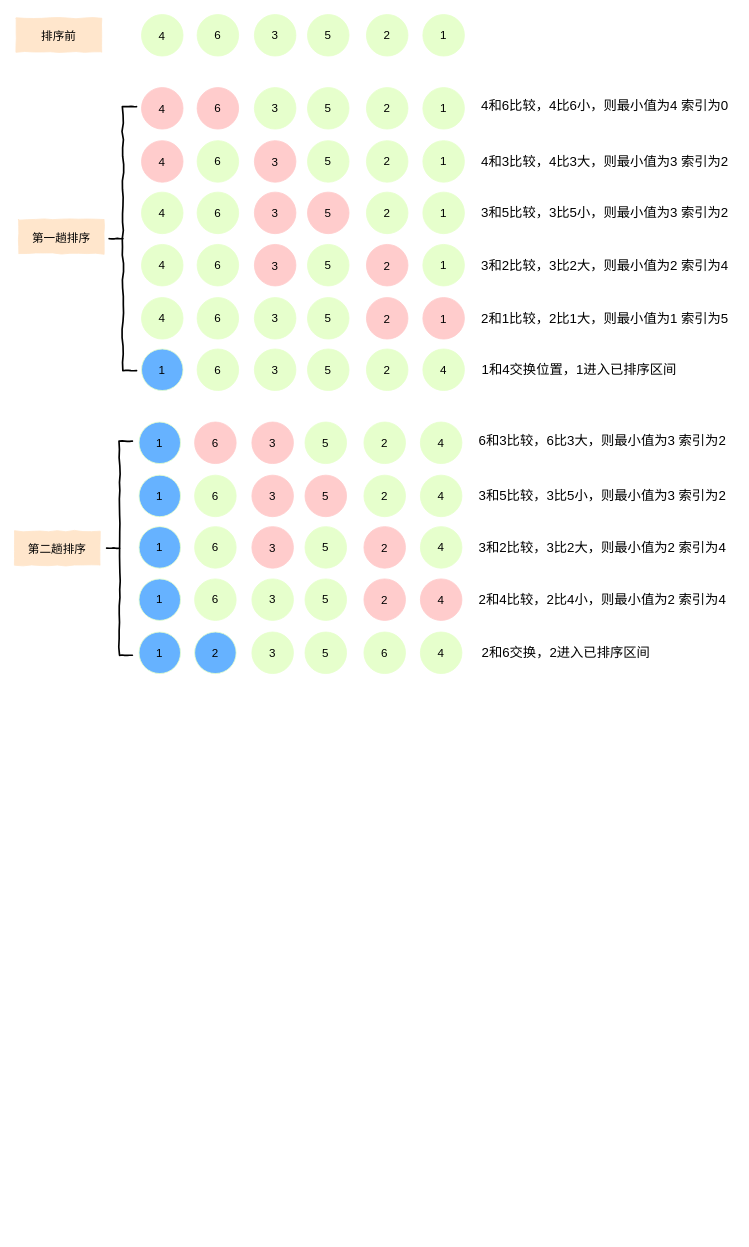
Above: draw/选择排序.drawio in geekymv/blog-image (draw.io), before the change. Source tidied: cells renumbered, new cells numbered last; positions are measured from the earlier drawing's top-left corner, leaving out a move shared by most shapes. Both pictures are drawn from the tidied source at 83%, with x=0, y=0 at pixel (14, 14).
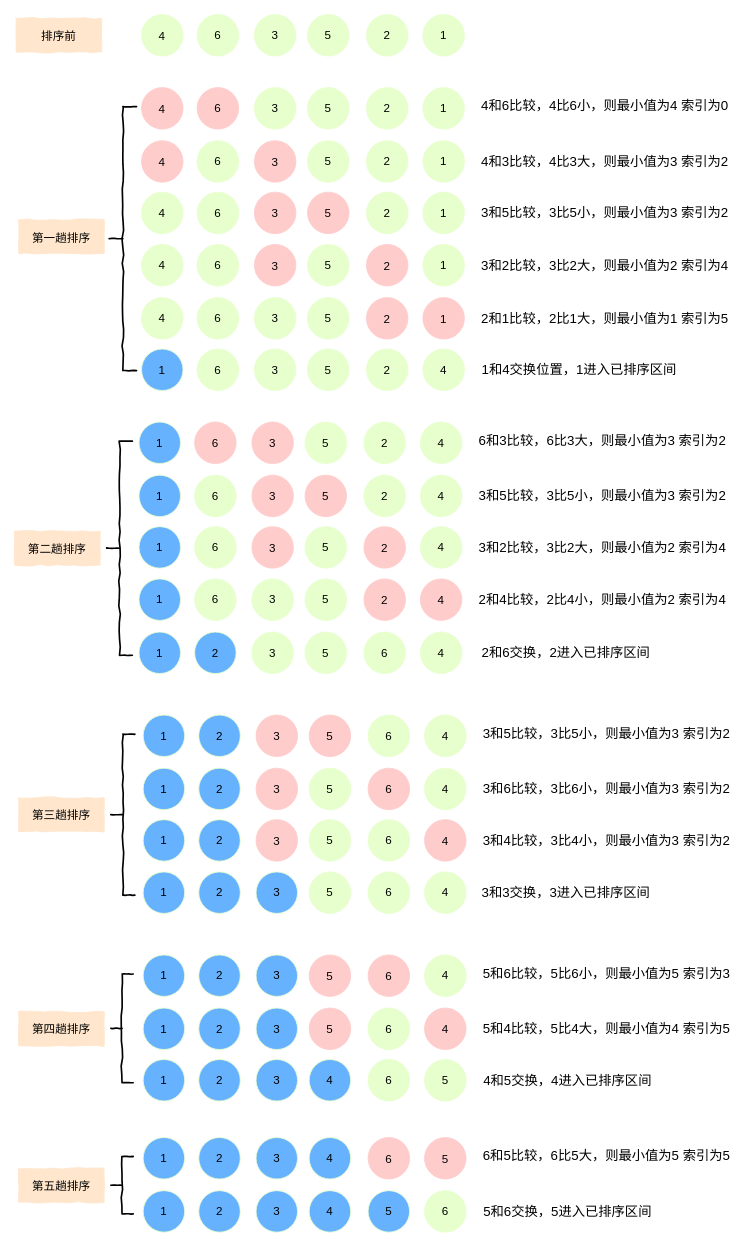
Above is the later version.

The edit, as a diff of the source:
```diff
@@
+    <mxCell id="90" value="&lt;font style=&quot;font-size: 14px&quot;&gt;第三趟排序&lt;/font&gt;" style="rounded=0;whiteSpace=wrap;html=1;shadow=0;glass=0;comic=1;sketch=0;fillColor=#ffe6cc;fontSize=16;strokeColor=#FFE6CC;" parent="1" vertex="1">
+      <mxGeometry x="5" y="943.5" width="103" height="41" as="geometry" />
+    </mxCell>
+    <mxCell id="91" style="strokeWidth=2;html=1;shape=mxgraph.flowchart.annotation_2;align=left;labelPosition=right;rounded=0;shadow=0;glass=0;comic=1;sketch=0;fillColor=none;" parent="1" vertex="1">
+      <mxGeometry x="116" y="867" width="29" height="194" as="geometry" />
+    </mxCell>
+    <mxCell id="92" value="&lt;font style=&quot;font-size: 14px&quot;&gt;1&lt;/font&gt;" style="ellipse;whiteSpace=wrap;html=1;fontSize=12;fillColor=#66b2ff;strokeColor=#E6FFCC;" parent="1" vertex="1">
+      <mxGeometry x="155" y="844" width="50" height="50" as="geometry" />
+    </mxCell>
+    <mxCell id="93" value="&lt;font style=&quot;font-size: 14px&quot;&gt;2&lt;/font&gt;" style="ellipse;whiteSpace=wrap;html=1;fillColor=#66b2ff;strokeColor=#E6FFCC;fontSize=12;" parent="1" vertex="1">
+      <mxGeometry x="222" y="844" width="50" height="50" as="geometry" />
+    </mxCell>
+    <mxCell id="94" value="&lt;font style=&quot;font-size: 14px&quot;&gt;3&lt;/font&gt;" style="ellipse;whiteSpace=wrap;html=1;fillColor=#ffcccc;strokeColor=#ffcccc;fontSize=16;" parent="1" vertex="1">
+      <mxGeometry x="291" y="844" width="50" height="50" as="geometry" />
+    </mxCell>
+    <mxCell id="95" value="&lt;font style=&quot;font-size: 14px&quot;&gt;5&lt;/font&gt;" style="ellipse;whiteSpace=wrap;html=1;fillColor=#ffcccc;strokeColor=#ffcccc;fontSize=16;" parent="1" vertex="1">
+      <mxGeometry x="355" y="844" width="50" height="50" as="geometry" />
+    </mxCell>
+    <mxCell id="96" value="&lt;font style=&quot;font-size: 14px&quot;&gt;6&lt;/font&gt;" style="ellipse;whiteSpace=wrap;html=1;fillColor=#E6FFCC;strokeColor=#E6FFCC;" parent="1" vertex="1">
+      <mxGeometry x="426" y="844" width="50" height="50" as="geometry" />
+    </mxCell>
+    <mxCell id="97" value="&lt;span style=&quot;font-size: 14px&quot;&gt;4&lt;/span&gt;" style="ellipse;whiteSpace=wrap;html=1;fillColor=#E6FFCC;strokeColor=#E6FFCC;" parent="1" vertex="1">
+      <mxGeometry x="494" y="844" width="50" height="50" as="geometry" />
+    </mxCell>
+    <mxCell id="98" value="3和5比较，3比5小，则最小值为3 索引为2" style="text;html=1;align=center;verticalAlign=middle;fillColor=none;strokeColor=none;rounded=0;fontSize=16;" parent="1" vertex="1">
+      <mxGeometry x="559" y="854" width="308" height="23" as="geometry" />
+    </mxCell>
+    <mxCell id="99" value="&lt;font style=&quot;font-size: 14px&quot;&gt;1&lt;/font&gt;" style="ellipse;whiteSpace=wrap;html=1;fontSize=12;fillColor=#66b2ff;strokeColor=#E6FFCC;" parent="1" vertex="1">
+      <mxGeometry x="155" y="908" width="50" height="50" as="geometry" />
+    </mxCell>
+    <mxCell id="100" value="&lt;font style=&quot;font-size: 14px&quot;&gt;2&lt;/font&gt;" style="ellipse;whiteSpace=wrap;html=1;fillColor=#66b2ff;strokeColor=#E6FFCC;" parent="1" vertex="1">
+      <mxGeometry x="222" y="908" width="50" height="50" as="geometry" />
+    </mxCell>
+    <mxCell id="101" value="&lt;font style=&quot;font-size: 14px&quot;&gt;3&lt;/font&gt;" style="ellipse;whiteSpace=wrap;html=1;fillColor=#ffcccc;strokeColor=#ffcccc;fontSize=16;" parent="1" vertex="1">
+      <mxGeometry x="291" y="908" width="50" height="50" as="geometry" />
+    </mxCell>
+    <mxCell id="102" value="&lt;font style=&quot;font-size: 14px&quot;&gt;5&lt;/font&gt;" style="ellipse;whiteSpace=wrap;html=1;fillColor=#E6FFCC;strokeColor=#E6FFCC;fontSize=12;" parent="1" vertex="1">
+      <mxGeometry x="355" y="908" width="50" height="50" as="geometry" />
+    </mxCell>
+    <mxCell id="103" value="&lt;font style=&quot;font-size: 14px&quot;&gt;6&lt;/font&gt;" style="ellipse;whiteSpace=wrap;html=1;fillColor=#ffcccc;strokeColor=#ffcccc;fontSize=16;" parent="1" vertex="1">
+      <mxGeometry x="426" y="908" width="50" height="50" as="geometry" />
+    </mxCell>
+    <mxCell id="104" value="&lt;font style=&quot;font-size: 14px&quot;&gt;4&lt;/font&gt;" style="ellipse;whiteSpace=wrap;html=1;fillColor=#E6FFCC;strokeColor=#E6FFCC;" parent="1" vertex="1">
+      <mxGeometry x="494" y="908" width="50" height="50" as="geometry" />
+    </mxCell>
+    <mxCell id="105" value="3和6比较，3比6小，则最小值为3 索引为2" style="text;html=1;align=center;verticalAlign=middle;fillColor=none;strokeColor=none;rounded=0;fontSize=16;" parent="1" vertex="1">
+      <mxGeometry x="559" y="921.5" width="308" height="23" as="geometry" />
+    </mxCell>
+    <mxCell id="106" value="&lt;font style=&quot;font-size: 14px&quot;&gt;1&lt;/font&gt;" style="ellipse;whiteSpace=wrap;html=1;fontSize=12;fillColor=#66b2ff;strokeColor=#E6FFCC;" parent="1" vertex="1">
+      <mxGeometry x="155" y="970" width="50" height="50" as="geometry" />
+    </mxCell>
+    <mxCell id="107" value="&lt;font style=&quot;font-size: 14px&quot;&gt;2&lt;/font&gt;" style="ellipse;whiteSpace=wrap;html=1;fillColor=#66b2ff;strokeColor=#E6FFCC;" parent="1" vertex="1">
+      <mxGeometry x="222" y="970" width="50" height="50" as="geometry" />
+    </mxCell>
+    <mxCell id="108" value="&lt;font style=&quot;font-size: 14px&quot;&gt;3&lt;/font&gt;" style="ellipse;whiteSpace=wrap;html=1;fillColor=#ffcccc;strokeColor=#ffcccc;fontSize=16;" parent="1" vertex="1">
+      <mxGeometry x="291" y="970" width="50" height="50" as="geometry" />
+    </mxCell>
+    <mxCell id="109" value="&lt;font style=&quot;font-size: 14px&quot;&gt;5&lt;/font&gt;" style="ellipse;whiteSpace=wrap;html=1;fillColor=#E6FFCC;strokeColor=#E6FFCC;fontSize=12;" parent="1" vertex="1">
+      <mxGeometry x="355" y="970" width="50" height="50" as="geometry" />
+    </mxCell>
+    <mxCell id="110" value="&lt;font style=&quot;font-size: 14px&quot;&gt;6&lt;/font&gt;" style="ellipse;whiteSpace=wrap;html=1;fillColor=#E6FFCC;strokeColor=#E6FFCC;fontSize=12;" parent="1" vertex="1">
+      <mxGeometry x="426" y="970" width="50" height="50" as="geometry" />
+    </mxCell>
+    <mxCell id="111" value="&lt;font style=&quot;font-size: 14px&quot;&gt;4&lt;/font&gt;" style="ellipse;whiteSpace=wrap;html=1;fillColor=#ffcccc;strokeColor=#ffcccc;fontSize=16;" parent="1" vertex="1">
+      <mxGeometry x="494" y="970" width="50" height="50" as="geometry" />
+    </mxCell>
+    <mxCell id="112" value="3和4比较，3比4小，则最小值为3 索引为2" style="text;html=1;align=center;verticalAlign=middle;fillColor=none;strokeColor=none;rounded=0;fontSize=16;" parent="1" vertex="1">
+      <mxGeometry x="559" y="983.5" width="308" height="23" as="geometry" />
+    </mxCell>
+    <mxCell id="113" value="&lt;font style=&quot;font-size: 14px&quot;&gt;1&lt;/font&gt;" style="ellipse;whiteSpace=wrap;html=1;fontSize=12;fillColor=#66b2ff;strokeColor=#E6FFCC;" parent="1" vertex="1">
+      <mxGeometry x="155" y="1033" width="50" height="50" as="geometry" />
+    </mxCell>
+    <mxCell id="114" value="&lt;font style=&quot;font-size: 14px&quot;&gt;2&lt;/font&gt;" style="ellipse;whiteSpace=wrap;html=1;fillColor=#66b2ff;strokeColor=#E6FFCC;" parent="1" vertex="1">
+      <mxGeometry x="222" y="1033" width="50" height="50" as="geometry" />
+    </mxCell>
+    <mxCell id="115" value="&lt;font style=&quot;font-size: 14px&quot;&gt;3&lt;/font&gt;" style="ellipse;whiteSpace=wrap;html=1;fillColor=#66b2ff;strokeColor=#E6FFCC;fontSize=12;" parent="1" vertex="1">
+      <mxGeometry x="291" y="1033" width="50" height="50" as="geometry" />
+    </mxCell>
+    <mxCell id="116" value="&lt;font style=&quot;font-size: 14px&quot;&gt;5&lt;/font&gt;" style="ellipse;whiteSpace=wrap;html=1;fillColor=#E6FFCC;strokeColor=#E6FFCC;fontSize=12;" parent="1" vertex="1">
+      <mxGeometry x="355" y="1033" width="50" height="50" as="geometry" />
+    </mxCell>
+    <mxCell id="117" value="&lt;font style=&quot;font-size: 14px&quot;&gt;6&lt;/font&gt;" style="ellipse;whiteSpace=wrap;html=1;fillColor=#E6FFCC;strokeColor=#E6FFCC;fontSize=12;" parent="1" vertex="1">
+      <mxGeometry x="426" y="1033" width="50" height="50" as="geometry" />
+    </mxCell>
+    <mxCell id="118" value="&lt;font style=&quot;font-size: 14px&quot;&gt;4&lt;/font&gt;" style="ellipse;whiteSpace=wrap;html=1;fillColor=#E6FFCC;strokeColor=#E6FFCC;fontSize=12;" parent="1" vertex="1">
+      <mxGeometry x="494" y="1033" width="50" height="50" as="geometry" />
+    </mxCell>
+    <mxCell id="119" value="3和3交换，3进入已排序区间" style="text;html=1;align=center;verticalAlign=middle;fillColor=none;strokeColor=none;rounded=0;fontSize=16;" parent="1" vertex="1">
+      <mxGeometry x="557" y="1046.5" width="213" height="23" as="geometry" />
+    </mxCell>
+    <mxCell id="120" value="&lt;font style=&quot;font-size: 14px&quot;&gt;第四趟排序&lt;/font&gt;" style="rounded=0;whiteSpace=wrap;html=1;shadow=0;glass=0;comic=1;sketch=0;fillColor=#ffe6cc;fontSize=16;strokeColor=#FFE6CC;" parent="1" vertex="1">
+      <mxGeometry x="5" y="1201.5" width="103" height="41" as="geometry" />
+    </mxCell>
+    <mxCell id="121" style="strokeWidth=2;html=1;shape=mxgraph.flowchart.annotation_2;align=left;labelPosition=right;rounded=0;shadow=0;glass=0;comic=1;sketch=0;fillColor=none;" parent="1" vertex="1">
+      <mxGeometry x="116" y="1156" width="27" height="131" as="geometry" />
+    </mxCell>
+    <mxCell id="122" value="&lt;font style=&quot;font-size: 14px&quot;&gt;1&lt;/font&gt;" style="ellipse;whiteSpace=wrap;html=1;fontSize=12;fillColor=#66b2ff;strokeColor=#E6FFCC;" parent="1" vertex="1">
+      <mxGeometry x="155" y="1133" width="50" height="50" as="geometry" />
+    </mxCell>
+    <mxCell id="123" value="&lt;font style=&quot;font-size: 14px&quot;&gt;2&lt;/font&gt;" style="ellipse;whiteSpace=wrap;html=1;fillColor=#66b2ff;strokeColor=#E6FFCC;fontSize=12;" parent="1" vertex="1">
+      <mxGeometry x="222" y="1133" width="50" height="50" as="geometry" />
+    </mxCell>
+    <mxCell id="124" value="&lt;font style=&quot;font-size: 14px&quot;&gt;3&lt;/font&gt;" style="ellipse;whiteSpace=wrap;html=1;fillColor=#66b2ff;strokeColor=#E6FFCC;fontSize=12;" parent="1" vertex="1">
+      <mxGeometry x="291" y="1133" width="50" height="50" as="geometry" />
+    </mxCell>
+    <mxCell id="125" value="&lt;font style=&quot;font-size: 14px&quot;&gt;5&lt;/font&gt;" style="ellipse;whiteSpace=wrap;html=1;fillColor=#ffcccc;strokeColor=#ffcccc;fontSize=16;" parent="1" vertex="1">
+      <mxGeometry x="355" y="1133" width="50" height="50" as="geometry" />
+    </mxCell>
+    <mxCell id="126" value="&lt;font style=&quot;font-size: 14px&quot;&gt;6&lt;/font&gt;" style="ellipse;whiteSpace=wrap;html=1;fillColor=#ffcccc;strokeColor=#ffcccc;fontSize=16;" parent="1" vertex="1">
+      <mxGeometry x="426" y="1133" width="50" height="50" as="geometry" />
+    </mxCell>
+    <mxCell id="127" value="&lt;span style=&quot;font-size: 14px&quot;&gt;4&lt;/span&gt;" style="ellipse;whiteSpace=wrap;html=1;fillColor=#E6FFCC;strokeColor=#E6FFCC;" parent="1" vertex="1">
+      <mxGeometry x="494" y="1133" width="50" height="50" as="geometry" />
+    </mxCell>
+    <mxCell id="128" value="5和6比较，5比6小，则最小值为5 索引为3" style="text;html=1;align=center;verticalAlign=middle;fillColor=none;strokeColor=none;rounded=0;fontSize=16;" parent="1" vertex="1">
+      <mxGeometry x="559" y="1143" width="308" height="23" as="geometry" />
+    </mxCell>
+    <mxCell id="129" value="&lt;font style=&quot;font-size: 14px&quot;&gt;1&lt;/font&gt;" style="ellipse;whiteSpace=wrap;html=1;fontSize=12;fillColor=#66b2ff;strokeColor=#E6FFCC;" parent="1" vertex="1">
+      <mxGeometry x="155" y="1197" width="50" height="50" as="geometry" />
+    </mxCell>
+    <mxCell id="130" value="&lt;font style=&quot;font-size: 14px&quot;&gt;2&lt;/font&gt;" style="ellipse;whiteSpace=wrap;html=1;fillColor=#66b2ff;strokeColor=#E6FFCC;" parent="1" vertex="1">
+      <mxGeometry x="222" y="1197" width="50" height="50" as="geometry" />
+    </mxCell>
+    <mxCell id="131" value="&lt;font style=&quot;font-size: 14px&quot;&gt;3&lt;/font&gt;" style="ellipse;whiteSpace=wrap;html=1;fillColor=#66b2ff;strokeColor=#E6FFCC;fontSize=12;" parent="1" vertex="1">
+      <mxGeometry x="291" y="1197" width="50" height="50" as="geometry" />
+    </mxCell>
+    <mxCell id="132" value="&lt;font style=&quot;font-size: 14px&quot;&gt;5&lt;/font&gt;" style="ellipse;whiteSpace=wrap;html=1;fillColor=#ffcccc;strokeColor=#ffcccc;fontSize=16;" parent="1" vertex="1">
+      <mxGeometry x="355" y="1197" width="50" height="50" as="geometry" />
+    </mxCell>
+    <mxCell id="133" value="&lt;font style=&quot;font-size: 14px&quot;&gt;6&lt;/font&gt;" style="ellipse;whiteSpace=wrap;html=1;fillColor=#E6FFCC;strokeColor=#E6FFCC;fontSize=12;" parent="1" vertex="1">
+      <mxGeometry x="426" y="1197" width="50" height="50" as="geometry" />
+    </mxCell>
+    <mxCell id="134" value="&lt;font style=&quot;font-size: 14px&quot;&gt;4&lt;/font&gt;" style="ellipse;whiteSpace=wrap;html=1;fillColor=#ffcccc;strokeColor=#ffcccc;fontSize=16;" parent="1" vertex="1">
+      <mxGeometry x="494" y="1197" width="50" height="50" as="geometry" />
+    </mxCell>
+    <mxCell id="135" value="5和4比较，5比4大，则最小值为4 索引为5" style="text;html=1;align=center;verticalAlign=middle;fillColor=none;strokeColor=none;rounded=0;fontSize=16;" parent="1" vertex="1">
+      <mxGeometry x="559" y="1210.5" width="308" height="23" as="geometry" />
+    </mxCell>
+    <mxCell id="136" value="&lt;font style=&quot;font-size: 14px&quot;&gt;1&lt;/font&gt;" style="ellipse;whiteSpace=wrap;html=1;fontSize=12;fillColor=#66b2ff;strokeColor=#E6FFCC;" parent="1" vertex="1">
+      <mxGeometry x="155" y="1259" width="50" height="50" as="geometry" />
+    </mxCell>
+    <mxCell id="137" value="&lt;font style=&quot;font-size: 14px&quot;&gt;2&lt;/font&gt;" style="ellipse;whiteSpace=wrap;html=1;fillColor=#66b2ff;strokeColor=#E6FFCC;" parent="1" vertex="1">
+      <mxGeometry x="222" y="1259" width="50" height="50" as="geometry" />
+    </mxCell>
+    <mxCell id="138" value="&lt;font style=&quot;font-size: 14px&quot;&gt;3&lt;/font&gt;" style="ellipse;whiteSpace=wrap;html=1;fillColor=#66b2ff;strokeColor=#E6FFCC;fontSize=12;" parent="1" vertex="1">
+      <mxGeometry x="291" y="1259" width="50" height="50" as="geometry" />
+    </mxCell>
+    <mxCell id="139" value="&lt;span style=&quot;font-size: 14px&quot;&gt;4&lt;/span&gt;" style="ellipse;whiteSpace=wrap;html=1;fillColor=#66b2ff;strokeColor=#E6FFCC;fontSize=12;" parent="1" vertex="1">
+      <mxGeometry x="355" y="1259" width="50" height="50" as="geometry" />
+    </mxCell>
+    <mxCell id="140" value="&lt;font style=&quot;font-size: 14px&quot;&gt;6&lt;/font&gt;" style="ellipse;whiteSpace=wrap;html=1;fillColor=#E6FFCC;strokeColor=#E6FFCC;fontSize=12;" parent="1" vertex="1">
+      <mxGeometry x="426" y="1259" width="50" height="50" as="geometry" />
+    </mxCell>
+    <mxCell id="141" value="&lt;span style=&quot;font-size: 14px&quot;&gt;5&lt;/span&gt;" style="ellipse;whiteSpace=wrap;html=1;fillColor=#E6FFCC;strokeColor=#E6FFCC;fontSize=12;" parent="1" vertex="1">
+      <mxGeometry x="494" y="1259" width="50" height="50" as="geometry" />
+    </mxCell>
+    <mxCell id="142" value="4和5交换，4进入已排序区间" style="text;html=1;align=center;verticalAlign=middle;fillColor=none;strokeColor=none;rounded=0;fontSize=16;" parent="1" vertex="1">
+      <mxGeometry x="559" y="1272.5" width="213" height="23" as="geometry" />
+    </mxCell>
+    <mxCell id="143" value="&lt;font style=&quot;font-size: 14px&quot;&gt;第五趟排序&lt;/font&gt;" style="rounded=0;whiteSpace=wrap;html=1;shadow=0;glass=0;comic=1;sketch=0;fillColor=#ffe6cc;fontSize=16;strokeColor=#FFE6CC;" parent="1" vertex="1">
+      <mxGeometry x="5" y="1390" width="103" height="41" as="geometry" />
+    </mxCell>
+    <mxCell id="144" style="strokeWidth=2;html=1;shape=mxgraph.flowchart.annotation_2;align=left;labelPosition=right;rounded=0;shadow=0;glass=0;comic=1;sketch=0;fillColor=none;" parent="1" vertex="1">
+      <mxGeometry x="116" y="1376" width="27" height="69" as="geometry" />
+    </mxCell>
+    <mxCell id="145" value="&lt;font style=&quot;font-size: 14px&quot;&gt;1&lt;/font&gt;" style="ellipse;whiteSpace=wrap;html=1;fontSize=12;fillColor=#66b2ff;strokeColor=#E6FFCC;" parent="1" vertex="1">
+      <mxGeometry x="155" y="1353" width="50" height="50" as="geometry" />
+    </mxCell>
+    <mxCell id="146" value="&lt;font style=&quot;font-size: 14px&quot;&gt;2&lt;/font&gt;" style="ellipse;whiteSpace=wrap;html=1;fillColor=#66b2ff;strokeColor=#E6FFCC;fontSize=12;" parent="1" vertex="1">
+      <mxGeometry x="222" y="1353" width="50" height="50" as="geometry" />
+    </mxCell>
+    <mxCell id="147" value="&lt;font style=&quot;font-size: 14px&quot;&gt;3&lt;/font&gt;" style="ellipse;whiteSpace=wrap;html=1;fillColor=#66b2ff;strokeColor=#E6FFCC;fontSize=12;" parent="1" vertex="1">
+      <mxGeometry x="291" y="1353" width="50" height="50" as="geometry" />
+    </mxCell>
+    <mxCell id="148" value="&lt;span style=&quot;font-size: 14px&quot;&gt;4&lt;/span&gt;" style="ellipse;whiteSpace=wrap;html=1;fillColor=#66b2ff;strokeColor=#E6FFCC;fontSize=12;" parent="1" vertex="1">
+      <mxGeometry x="355" y="1353" width="50" height="50" as="geometry" />
+    </mxCell>
+    <mxCell id="149" value="&lt;font style=&quot;font-size: 14px&quot;&gt;6&lt;/font&gt;" style="ellipse;whiteSpace=wrap;html=1;fillColor=#ffcccc;strokeColor=#ffcccc;fontSize=16;" parent="1" vertex="1">
+      <mxGeometry x="426" y="1353" width="50" height="50" as="geometry" />
+    </mxCell>
+    <mxCell id="150" value="&lt;span style=&quot;font-size: 14px&quot;&gt;5&lt;/span&gt;" style="ellipse;whiteSpace=wrap;html=1;fillColor=#ffcccc;strokeColor=#ffcccc;fontSize=16;" parent="1" vertex="1">
+      <mxGeometry x="494" y="1353" width="50" height="50" as="geometry" />
+    </mxCell>
+    <mxCell id="151" value="6和5比较，6比5大，则最小值为5 索引为5" style="text;html=1;align=center;verticalAlign=middle;fillColor=none;strokeColor=none;rounded=0;fontSize=16;" parent="1" vertex="1">
+      <mxGeometry x="559" y="1363" width="308" height="23" as="geometry" />
+    </mxCell>
+    <mxCell id="152" value="&lt;font style=&quot;font-size: 14px&quot;&gt;1&lt;/font&gt;" style="ellipse;whiteSpace=wrap;html=1;fontSize=12;fillColor=#66b2ff;strokeColor=#E6FFCC;" parent="1" vertex="1">
+      <mxGeometry x="155" y="1417" width="50" height="50" as="geometry" />
+    </mxCell>
+    <mxCell id="153" value="&lt;font style=&quot;font-size: 14px&quot;&gt;2&lt;/font&gt;" style="ellipse;whiteSpace=wrap;html=1;fillColor=#66b2ff;strokeColor=#E6FFCC;" parent="1" vertex="1">
+      <mxGeometry x="222" y="1417" width="50" height="50" as="geometry" />
+    </mxCell>
+    <mxCell id="154" value="&lt;font style=&quot;font-size: 14px&quot;&gt;3&lt;/font&gt;" style="ellipse;whiteSpace=wrap;html=1;fillColor=#66b2ff;strokeColor=#E6FFCC;fontSize=12;" parent="1" vertex="1">
+      <mxGeometry x="291" y="1417" width="50" height="50" as="geometry" />
+    </mxCell>
+    <mxCell id="155" value="&lt;font style=&quot;font-size: 14px&quot;&gt;4&lt;/font&gt;" style="ellipse;whiteSpace=wrap;html=1;fillColor=#66b2ff;strokeColor=#E6FFCC;fontSize=12;" parent="1" vertex="1">
+      <mxGeometry x="355" y="1417" width="50" height="50" as="geometry" />
+    </mxCell>
+    <mxCell id="156" value="&lt;span style=&quot;font-size: 14px&quot;&gt;5&lt;/span&gt;" style="ellipse;whiteSpace=wrap;html=1;fillColor=#66b2ff;strokeColor=#E6FFCC;fontSize=12;" parent="1" vertex="1">
+      <mxGeometry x="426" y="1417" width="50" height="50" as="geometry" />
+    </mxCell>
+    <mxCell id="157" value="&lt;span style=&quot;font-size: 14px&quot;&gt;6&lt;/span&gt;" style="ellipse;whiteSpace=wrap;html=1;fillColor=#E6FFCC;strokeColor=#E6FFCC;fontSize=12;" parent="1" vertex="1">
+      <mxGeometry x="494" y="1417" width="50" height="50" as="geometry" />
+    </mxCell>
+    <mxCell id="158" value="5和6交换，5进入已排序区间" style="text;html=1;align=center;verticalAlign=middle;fillColor=none;strokeColor=none;rounded=0;fontSize=16;" parent="1" vertex="1">
+      <mxGeometry x="559" y="1430.5" width="213" height="23" as="geometry" />
+    </mxCell>
```
